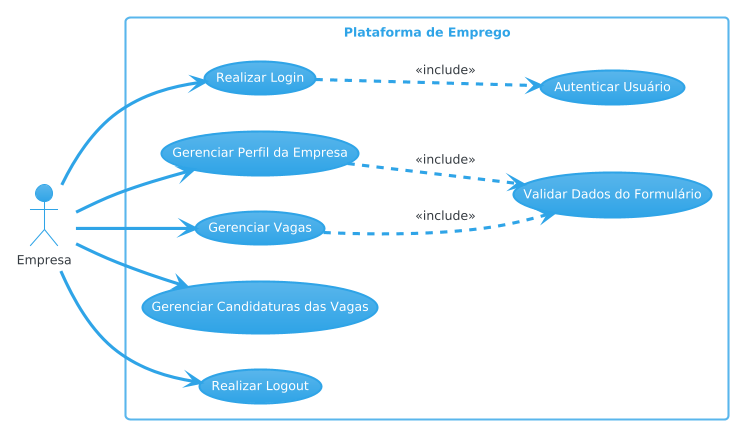
This is Casos de Uso/caso_de_uso_empresa.png from wendersonfarias/empregAPI-TCC, a PlantUML export, as it was before one commit. Its source is kept beside it as Casos de Uso/caso_de_uso_empresa.puml.
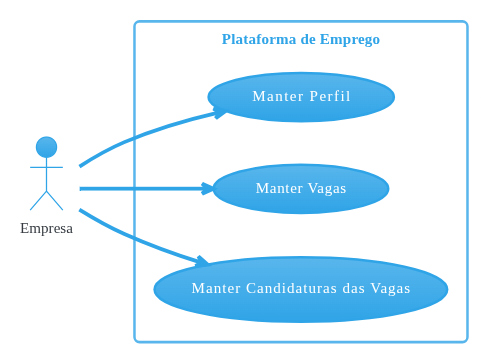
Above is the later version.

What changed in the source:
```diff
@@ -5,26 +5,15 @@
 actor Empresa
 
 rectangle "Plataforma de Emprego" {
-    usecase "Realizar Login" as UC_Login
-    usecase "Gerenciar Perfil da Empresa" as UC_ManageProfile
-    usecase "Gerenciar Vagas" as UC_ManageVacancies
-    usecase "Gerenciar Candidaturas das Vagas" as UC_ManageApplications
-    usecase "Realizar Logout" as UC_Logout
-    usecase "Autenticar Usuário" as UC_Auth
-    usecase "Validar Dados do Formulário" as UC_ValidateForm
+
+    usecase "Manter Perfil" as UC_ManageProfile
+    usecase "Manter Vagas" as UC_ManageVacancies
+    usecase "Manter Candidaturas das Vagas" as UC_ManageApplications
+
 }
 
-Empresa --> UC_Login
 Empresa --> UC_ManageProfile
 Empresa --> UC_ManageVacancies
 Empresa --> UC_ManageApplications
-Empresa --> UC_Logout
-
-
-UC_ManageProfile ..> UC_ValidateForm : <<include>>
-
-UC_ManageVacancies ..> UC_ValidateForm : <<include>>
-
-UC_Login ..> UC_Auth: <<include>>
 
 @enduml
```
